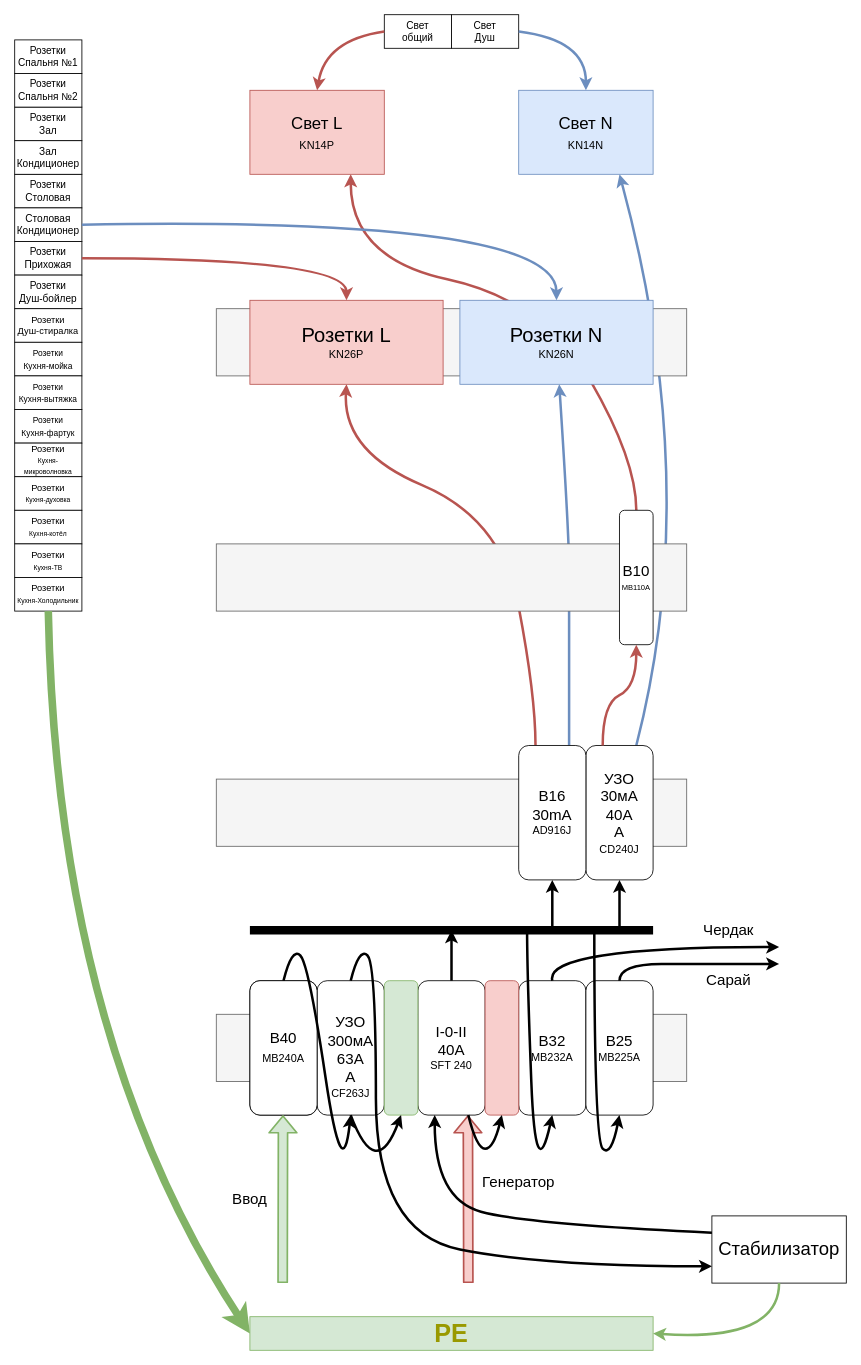
Before: shit.drawio in Tur-4000/electro22, a draw.io diagram. Source tidied: cells renumbered, new cells numbered last; positions are measured from the earlier drawing's top-left corner, leaving out a move shared by most shapes. Both pictures are drawn from the tidied source at 84%, with x=0, y=0 at pixel (14, 14).
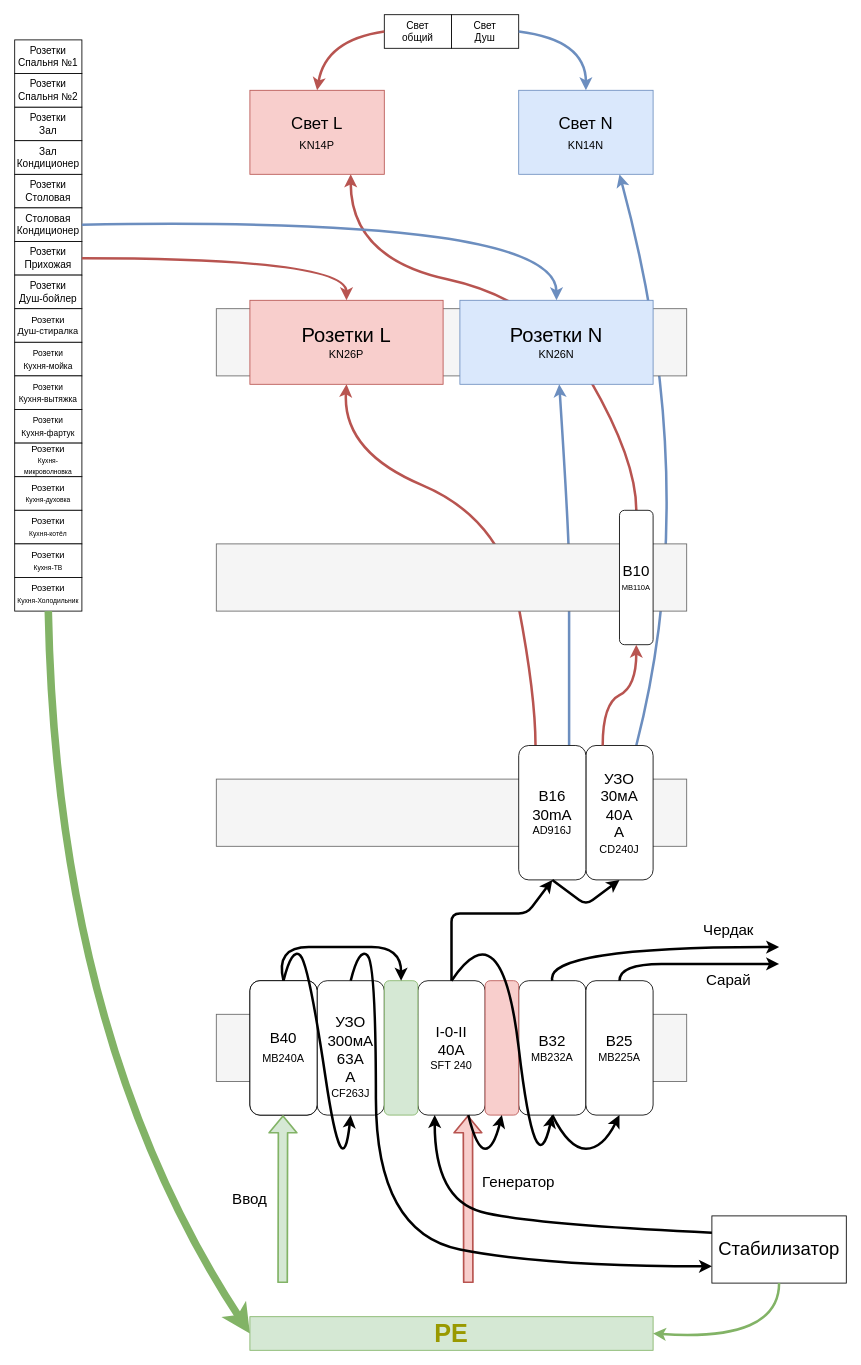
The same diagram, later.

Unchanged cells that the change refers to:
```xml
<mxCell id="12" value="&lt;div style=&quot;font-size: 18px&quot;&gt;&lt;font style=&quot;font-size: 18px&quot;&gt;&lt;b&gt;&lt;font style=&quot;font-size: 18px&quot;&gt;&lt;br&gt;&lt;/font&gt;&lt;/b&gt;&lt;/font&gt;&lt;/div&gt;&lt;div style=&quot;font-size: 18px&quot;&gt;&lt;font style=&quot;font-size: 18px&quot;&gt;&lt;font style=&quot;font-size: 18px&quot;&gt;УЗО&lt;/font&gt;&lt;/font&gt;&lt;/div&gt;&lt;div style=&quot;font-size: 18px&quot;&gt;&lt;font style=&quot;font-size: 18px&quot;&gt;&lt;font style=&quot;font-size: 18px&quot;&gt;300мА&lt;/font&gt;&lt;/font&gt;&lt;/div&gt;&lt;div style=&quot;font-size: 18px&quot;&gt;&lt;font style=&quot;font-size: 18px&quot;&gt;&lt;font style=&quot;font-size: 18px&quot;&gt;63А&lt;/font&gt;&lt;/font&gt;&lt;/div&gt;&lt;div style=&quot;font-size: 18px&quot;&gt;&lt;font style=&quot;font-size: 18px&quot;&gt;&lt;font style=&quot;font-size: 18px&quot;&gt;А&lt;/font&gt;&lt;/font&gt;&lt;br&gt;&lt;/div&gt;&lt;div&gt;&lt;span style=&quot;font-size: 13px ; color: #000000 ; font-weight: normal ; text-decoration: none ; font-family: &amp;#34;arial&amp;#34; ; font-style: normal&quot;&gt;CF263J&lt;/span&gt;&lt;/div&gt;" style="rounded=1;whiteSpace=wrap;html=1;" parent="1" vertex="1">
  <mxGeometry x="360" y="1150" width="80" height="160" as="geometry" />
</mxCell>
<mxCell id="13" value="&lt;div style=&quot;font-size: 18px&quot;&gt;&lt;span style=&quot;color: rgb(0 , 0 , 0) ; font-weight: normal ; text-decoration: none ; font-family: &amp;#34;arial&amp;#34; ; font-style: normal&quot;&gt;&lt;font style=&quot;font-size: 18px&quot;&gt;B32&lt;/font&gt;&lt;br&gt;&lt;/span&gt;&lt;/div&gt;&lt;div&gt;&lt;span style=&quot;font-size: 13px ; color: #000000 ; font-weight: normal ; text-decoration: none ; font-family: &amp;#34;arial&amp;#34; ; font-style: normal&quot;&gt; MB232A&lt;/span&gt;&lt;/div&gt;" style="rounded=1;whiteSpace=wrap;html=1;" parent="1" vertex="1">
  <mxGeometry x="600" y="1150" width="80" height="160" as="geometry" />
</mxCell>
<mxCell id="15" value="&lt;div&gt;&lt;font style=&quot;font-size: 18px&quot;&gt;B40&lt;/font&gt;&lt;br&gt;&lt;font style=&quot;font-size: 18px&quot;&gt;&lt;span style=&quot;font-size: 13px ; color: #000000 ; font-weight: normal ; text-decoration: none ; font-family: &amp;#34;arial&amp;#34; ; font-style: normal&quot;&gt;MB240A&lt;/span&gt;&lt;/font&gt;&lt;/div&gt;" style="rounded=1;whiteSpace=wrap;html=1;" parent="1" vertex="1">
  <mxGeometry x="280" y="1150" width="80" height="160" as="geometry" />
</mxCell>
<mxCell id="16" value="&lt;div style=&quot;font-size: 18px&quot;&gt;&lt;font style=&quot;font-size: 18px&quot;&gt;&lt;span style=&quot;color: rgb(0 , 0 , 0) ; font-weight: normal ; text-decoration: none ; font-family: &amp;#34;arial&amp;#34; ; font-style: normal&quot;&gt;B16&lt;/span&gt;&lt;/font&gt;&lt;/div&gt;&lt;div style=&quot;font-size: 18px&quot;&gt;&lt;span style=&quot;color: rgb(0 , 0 , 0) ; font-weight: normal ; text-decoration: none ; font-family: &amp;#34;arial&amp;#34; ; font-style: normal&quot;&gt;&lt;font style=&quot;font-size: 18px&quot;&gt;30mA&lt;/font&gt;&lt;br&gt;&lt;/span&gt;&lt;/div&gt;&lt;div&gt;&lt;span style=&quot;font-size: 13px ; color: #000000 ; font-weight: normal ; text-decoration: none ; font-family: &amp;#34;arial&amp;#34; ; font-style: normal&quot;&gt;AD916J&lt;/span&gt;&lt;/div&gt;" style="rounded=1;whiteSpace=wrap;html=1;" parent="1" vertex="1">
  <mxGeometry x="600" y="870" width="80" height="160" as="geometry" />
</mxCell>
<mxCell id="17" value="&lt;div style=&quot;font-size: 18px&quot;&gt;&lt;span style=&quot;color: rgb(0 , 0 , 0) ; font-weight: normal ; text-decoration: none ; font-family: &amp;#34;arial&amp;#34; ; font-style: normal&quot;&gt;I-0-II&lt;br&gt;&lt;/span&gt;&lt;/div&gt;&lt;div style=&quot;font-size: 18px&quot;&gt;&lt;span style=&quot;color: rgb(0 , 0 , 0) ; font-weight: normal ; text-decoration: none ; font-family: &amp;#34;arial&amp;#34; ; font-style: normal&quot;&gt;40A&lt;br&gt;&lt;/span&gt;&lt;/div&gt;&lt;div&gt;&lt;span style=&quot;font-size: 13px ; color: #000000 ; font-weight: normal ; text-decoration: none ; font-family: &amp;#34;arial&amp;#34; ; font-style: normal&quot;&gt;SFT 240&lt;/span&gt;&lt;/div&gt;" style="rounded=1;whiteSpace=wrap;html=1;" parent="1" vertex="1">
  <mxGeometry x="480" y="1150" width="80" height="160" as="geometry" />
</mxCell>
<mxCell id="18" value="&lt;div style=&quot;font-size: 18px&quot;&gt;&lt;span style=&quot;color: rgb(0 , 0 , 0) ; font-weight: normal ; text-decoration: none ; font-family: &amp;#34;arial&amp;#34; ; font-style: normal&quot;&gt;&lt;font style=&quot;font-size: 18px&quot;&gt;B25&lt;/font&gt;&lt;br&gt;&lt;/span&gt;&lt;/div&gt;&lt;div&gt;&lt;span style=&quot;font-size: 13px ; color: #000000 ; font-weight: normal ; text-decoration: none ; font-family: &amp;#34;arial&amp;#34; ; font-style: normal&quot;&gt;MB225A&lt;/span&gt;&lt;/div&gt;" style="rounded=1;whiteSpace=wrap;html=1;" parent="1" vertex="1">
  <mxGeometry x="680" y="1150" width="80" height="160" as="geometry" />
</mxCell>
<mxCell id="19" style="rounded=1;whiteSpace=wrap;html=1;fillColor=#d5e8d4;strokeColor=#82b366;" parent="1" vertex="1">
  <mxGeometry x="440" y="1150" width="40" height="160" as="geometry" />
</mxCell>
```

What changed in the source:
```diff
@@
-    <mxCell id="24" style="curved=1;endArrow=classic;html=1;strokeWidth=3;exitX=0.5;exitY=1;exitDx=0;exitDy=0;entryX=0.5;entryY=1;entryDx=0;entryDy=0;" parent="1" edge="1" source="12" target="19">
+    <mxCell id="24" style="curved=1;endArrow=classic;html=1;strokeWidth=3;exitX=0.5;exitY=0;exitDx=0;exitDy=0;entryX=0.5;entryY=0;entryDx=0;entryDy=0;" parent="1" edge="1" source="15" target="19">
       <mxGeometry relative="1" as="geometry">
         <Array as="points">
-          <mxPoint x="430" y="1390" />
+          <mxPoint x="310" y="1110" />
+          <mxPoint x="390" y="1110" />
+          <mxPoint x="460" y="1110" />
         </Array>
       </mxGeometry>
     </mxCell>
@@
-    <mxCell id="26" style="curved=1;endArrow=classic;html=1;strokeWidth=3;entryX=0.5;entryY=1;entryDx=0;entryDy=0;" parent="1" edge="1" target="13">
+    <mxCell id="26" style="curved=1;endArrow=classic;html=1;strokeWidth=3;entryX=0.5;entryY=1;entryDx=0;entryDy=0;exitX=0.5;exitY=0;exitDx=0;exitDy=0;" parent="1" edge="1" source="17" target="13">
       <mxGeometry relative="1" as="geometry">
-        <mxPoint x="610" y="1090" as="sourcePoint" />
         <Array as="points">
-          <mxPoint x="610" y="1140" />
+          <mxPoint x="580" y="1060" />
           <mxPoint x="620" y="1400" />
         </Array>
       </mxGeometry>
     </mxCell>
-    <mxCell id="27" style="curved=1;endArrow=classic;html=1;strokeWidth=3;entryX=0.5;entryY=1;entryDx=0;entryDy=0;" parent="1" edge="1" target="18">
+    <mxCell id="27" style="curved=1;endArrow=classic;html=1;strokeWidth=3;entryX=0.5;entryY=1;entryDx=0;entryDy=0;exitX=0.5;exitY=1;exitDx=0;exitDy=0;" parent="1" edge="1" source="13" target="18">
       <mxGeometry relative="1" as="geometry">
-        <mxPoint x="690" y="1090" as="sourcePoint" />
         <Array as="points">
-          <mxPoint x="690" y="1340" />
-          <mxPoint x="710" y="1360" />
+          <mxPoint x="660" y="1350" />
+          <mxPoint x="700" y="1350" />
         </Array>
       </mxGeometry>
     </mxCell>
-    <mxCell id="28" style="endArrow=none;html=1;strokeWidth=10;" parent="1" edge="1">
-      <mxGeometry relative="1" as="geometry">
-        <mxPoint x="280" y="1090" as="sourcePoint" />
-        <mxPoint x="760" y="1090" as="targetPoint" />
-      </mxGeometry>
-    </mxCell>
-    <mxCell id="29" style="endArrow=classic;html=1;strokeWidth=3;exitX=0.5;exitY=0;exitDx=0;exitDy=0;" parent="1" edge="1" source="17">
+    <mxCell id="29" style="endArrow=classic;html=1;strokeWidth=3;exitX=0.5;exitY=0;exitDx=0;exitDy=0;entryX=0.5;entryY=1;entryDx=0;entryDy=0;" parent="1" edge="1" source="17" target="16">
       <mxGeometry relative="1" as="geometry">
-        <mxPoint x="520" y="1090" as="targetPoint" />
+        <Array as="points">
+          <mxPoint x="520" y="1070" />
+          <mxPoint x="610" y="1070" />
+        </Array>
       </mxGeometry>
     </mxCell>
-    <mxCell id="30" style="endArrow=classic;html=1;strokeWidth=3;entryX=0.5;entryY=1;entryDx=0;entryDy=0;" parent="1" edge="1" target="16">
-      <mxGeometry relative="1" as="geometry">
-        <mxPoint x="640" y="1090" as="sourcePoint" />
-      </mxGeometry>
-    </mxCell>
-    <mxCell id="31" style="endArrow=classic;html=1;strokeWidth=3;entryX=0.5;entryY=1;entryDx=0;entryDy=0;" parent="1" edge="1">
+    <mxCell id="31" style="endArrow=classic;html=1;strokeWidth=3;entryX=0.5;entryY=1;entryDx=0;entryDy=0;exitX=0.5;exitY=1;exitDx=0;exitDy=0;" parent="1" edge="1" source="16">
       <mxGeometry relative="1" as="geometry">
-        <mxPoint x="720" y="1090" as="sourcePoint" />
         <mxPoint x="720" y="1030" as="targetPoint" />
+        <Array as="points">
+          <mxPoint x="680" y="1060" />
+        </Array>
       </mxGeometry>
     </mxCell>
```
